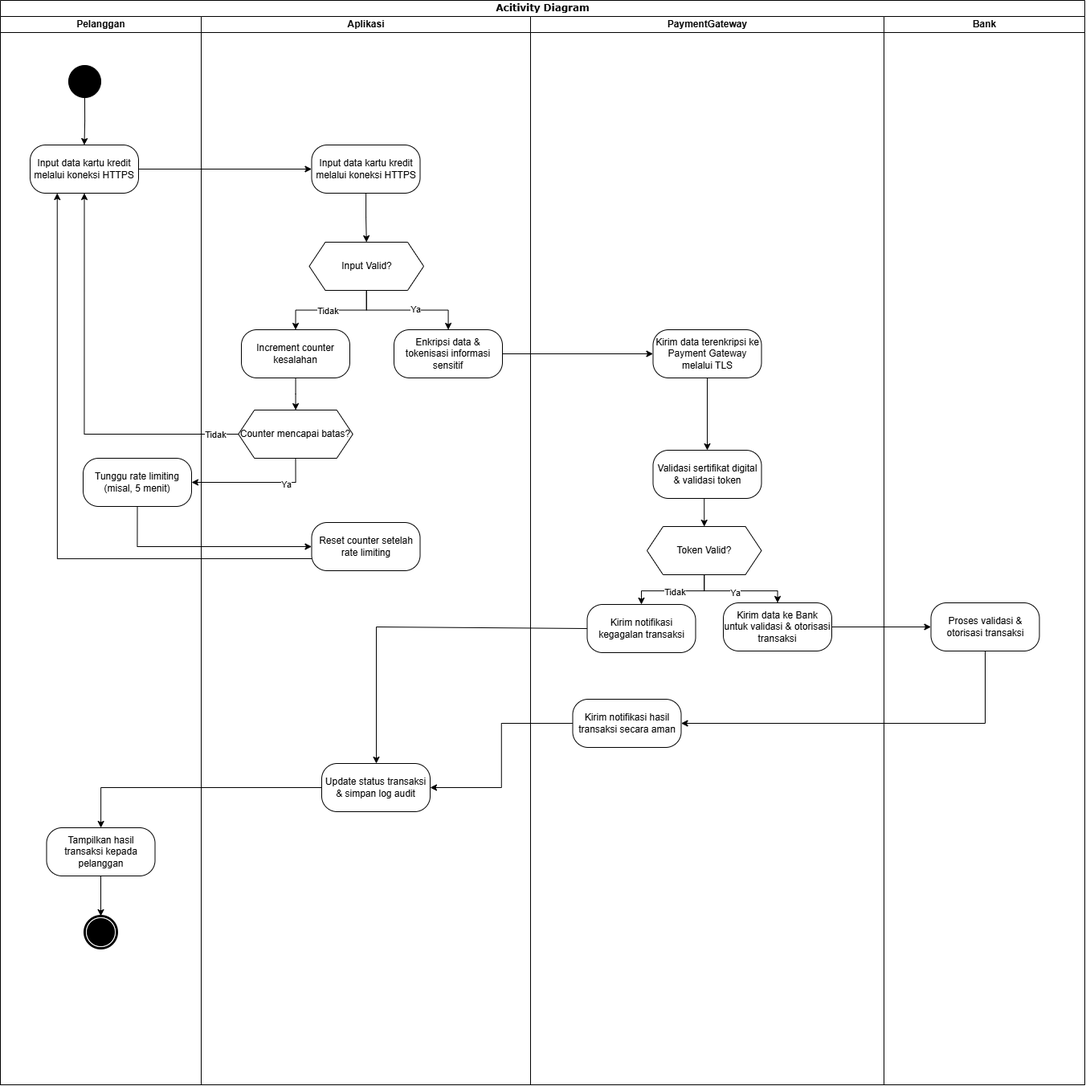
Earlier version of the draw.io export ad_wa3_drawio.png (anthef/anthef). Source tidied: cells renumbered, new cells last; positions are measured from the earlier drawing's top-left corner, leaving out a move shared by most shapes. The source it was exported from:
```xml
<mxGraphModel>
  <root>
    <mxCell id="0" />
    <mxCell id="1" parent="0" />
    <mxCell id="2" value="Acitivity Diagram" style="swimlane;html=1;startSize=20;rounded=0;shadow=0;comic=0;labelBackgroundColor=none;strokeWidth=1;fontFamily=Verdana;fontSize=12;align=center;" parent="1" vertex="1">
      <mxGeometry width="1350" height="1350" as="geometry" />
    </mxCell>
    <mxCell id="3" value="Pelanggan" style="swimlane;html=1;startSize=20;" parent="2" vertex="1">
      <mxGeometry y="20" width="250" height="1330" as="geometry" />
    </mxCell>
    <mxCell id="4" style="edgeStyle=orthogonalEdgeStyle;rounded=0;jettySize=auto;html=1;" parent="3" edge="1" source="5" target="6">
      <mxGeometry relative="1" as="geometry" />
    </mxCell>
    <mxCell id="5" style="ellipse;whiteSpace=wrap;html=1;rounded=0;shadow=0;comic=0;labelBackgroundColor=none;strokeWidth=1;fillColor=#000000;fontFamily=Verdana;fontSize=12;align=center;" parent="3" vertex="1">
      <mxGeometry x="85" y="61" width="40" height="40" as="geometry" />
    </mxCell>
    <mxCell id="6" value="Input data kartu kredit melalui koneksi HTTPS" style="rounded=1;whiteSpace=wrap;html=1;arcSize=32;" parent="3" vertex="1">
      <mxGeometry x="37" y="160" width="135" height="60" as="geometry" />
    </mxCell>
    <mxCell id="7" value="Tunggu rate limiting (misal, 5 menit)" style="rounded=1;whiteSpace=wrap;html=1;arcSize=32;" parent="3" vertex="1">
      <mxGeometry x="103" y="550" width="135" height="60" as="geometry" />
    </mxCell>
    <mxCell id="8" style="shape=mxgraph.bpmn.shape;html=1;verticalLabelPosition=bottom;labelBackgroundColor=#ffffff;verticalAlign=top;perimeter=ellipsePerimeter;outline=end;symbol=terminate;rounded=0;shadow=0;comic=0;strokeWidth=1;fontFamily=Verdana;fontSize=12;align=center;" parent="3" vertex="1">
      <mxGeometry x="105" y="1120" width="40" height="40" as="geometry" />
    </mxCell>
    <mxCell id="9" style="edgeStyle=orthogonalEdgeStyle;rounded=0;jettySize=auto;html=1;" parent="3" edge="1" source="10" target="8">
      <mxGeometry relative="1" as="geometry" />
    </mxCell>
    <mxCell id="10" value="Tampilkan hasil transaksi kepada pelanggan" style="rounded=1;whiteSpace=wrap;html=1;arcSize=32;" parent="3" vertex="1">
      <mxGeometry x="57.5" y="1010" width="135" height="60" as="geometry" />
    </mxCell>
    <mxCell id="11" value="Aplikasi" style="swimlane;html=1;startSize=20;" parent="2" vertex="1">
      <mxGeometry x="250" y="20" width="410" height="1330" as="geometry" />
    </mxCell>
    <mxCell id="12" style="edgeStyle=orthogonalEdgeStyle;rounded=0;jettySize=auto;html=1;" parent="11" edge="1" source="13" target="18">
      <mxGeometry relative="1" as="geometry" />
    </mxCell>
    <mxCell id="13" value="Input data kartu kredit melalui koneksi HTTPS" style="rounded=1;whiteSpace=wrap;html=1;arcSize=32;" parent="11" vertex="1">
      <mxGeometry x="137.5" y="160" width="135" height="60" as="geometry" />
    </mxCell>
    <mxCell id="14" style="edgeStyle=orthogonalEdgeStyle;rounded=0;jettySize=auto;html=1;exitX=0.5;exitY=1;exitDx=0;exitDy=0;entryX=0.5;entryY=0;entryDx=0;entryDy=0;" parent="11" edge="1" source="18" target="21">
      <mxGeometry relative="1" as="geometry" />
    </mxCell>
    <mxCell id="15" value="Tidak" style="edgeLabel;html=1;align=center;verticalAlign=middle;" parent="14" vertex="1">
      <mxGeometry x="0.07" relative="1" as="geometry" />
    </mxCell>
    <mxCell id="16" style="edgeStyle=orthogonalEdgeStyle;rounded=0;jettySize=auto;html=1;exitX=0.5;exitY=1;exitDx=0;exitDy=0;" parent="11" edge="1" source="18" target="19">
      <mxGeometry relative="1" as="geometry" />
    </mxCell>
    <mxCell id="17" value="Ya" style="edgeLabel;html=1;align=center;verticalAlign=middle;" parent="16" vertex="1">
      <mxGeometry x="0.13" y="2" relative="1" as="geometry" />
    </mxCell>
    <mxCell id="18" value="Input Valid?" style="shape=hexagon;perimeter=hexagonPerimeter2;whiteSpace=wrap;html=1;fixedSize=1;" parent="11" vertex="1">
      <mxGeometry x="134.5" y="281" width="142.5" height="60" as="geometry" />
    </mxCell>
    <mxCell id="19" value="Enkripsi data &amp;amp; tokenisasi informasi sensitif" style="rounded=1;whiteSpace=wrap;html=1;arcSize=32;" parent="11" vertex="1">
      <mxGeometry x="240" y="390" width="135" height="60" as="geometry" />
    </mxCell>
    <mxCell id="20" style="edgeStyle=orthogonalEdgeStyle;rounded=0;jettySize=auto;html=1;" parent="11" edge="1" source="21" target="22">
      <mxGeometry relative="1" as="geometry" />
    </mxCell>
    <mxCell id="21" value="Increment counter kesalahan" style="rounded=1;whiteSpace=wrap;html=1;arcSize=32;" parent="11" vertex="1">
      <mxGeometry x="50" y="390" width="135" height="60" as="geometry" />
    </mxCell>
    <mxCell id="22" value="Counter mencapai batas?" style="shape=hexagon;perimeter=hexagonPerimeter2;whiteSpace=wrap;html=1;fixedSize=1;" parent="11" vertex="1">
      <mxGeometry x="46.2" y="490" width="142.5" height="60" as="geometry" />
    </mxCell>
    <mxCell id="23" value="Reset counter setelah rate limiting" style="rounded=1;whiteSpace=wrap;html=1;arcSize=32;" parent="11" vertex="1">
      <mxGeometry x="137.5" y="630" width="135" height="60" as="geometry" />
    </mxCell>
    <mxCell id="24" value="Update status transaksi &amp;amp; simpan log audit" style="rounded=1;whiteSpace=wrap;html=1;arcSize=32;" parent="11" vertex="1">
      <mxGeometry x="150" y="930" width="135" height="60" as="geometry" />
    </mxCell>
    <mxCell id="25" value="PaymentGateway" style="swimlane;html=1;startSize=20;" parent="2" vertex="1">
      <mxGeometry x="660" y="20" width="440" height="1330" as="geometry" />
    </mxCell>
    <mxCell id="26" style="edgeStyle=orthogonalEdgeStyle;rounded=0;jettySize=auto;html=1;" parent="25" edge="1" source="27" target="29">
      <mxGeometry relative="1" as="geometry" />
    </mxCell>
    <mxCell id="27" value="Kirim data terenkripsi ke Payment Gateway melalui TLS" style="rounded=1;whiteSpace=wrap;html=1;arcSize=32;" parent="25" vertex="1">
      <mxGeometry x="152.5" y="390" width="135" height="60" as="geometry" />
    </mxCell>
    <mxCell id="28" style="edgeStyle=orthogonalEdgeStyle;rounded=0;jettySize=auto;html=1;exitX=0.5;exitY=1;exitDx=0;exitDy=0;entryX=0.5;entryY=0;entryDx=0;entryDy=0;" parent="25" edge="1" source="29" target="36">
      <mxGeometry relative="1" as="geometry" />
    </mxCell>
    <mxCell id="29" value="Validasi sertifikat digital &amp;amp; validasi token" style="rounded=1;whiteSpace=wrap;html=1;arcSize=32;" parent="25" vertex="1">
      <mxGeometry x="152.5" y="540" width="135" height="60" as="geometry" />
    </mxCell>
    <mxCell id="30" value="Kirim data ke Bank untuk validasi &amp;amp; otorisasi transaksi" style="rounded=1;whiteSpace=wrap;html=1;arcSize=32;" parent="25" vertex="1">
      <mxGeometry x="240" y="730" width="135" height="60" as="geometry" />
    </mxCell>
    <mxCell id="31" value="Kirim notifikasi hasil transaksi secara aman" style="rounded=1;whiteSpace=wrap;html=1;arcSize=32;" parent="25" vertex="1">
      <mxGeometry x="52.5" y="850" width="135" height="60" as="geometry" />
    </mxCell>
    <mxCell id="32" style="edgeStyle=orthogonalEdgeStyle;rounded=0;jettySize=auto;html=1;entryX=0.5;entryY=0;entryDx=0;entryDy=0;" parent="25" edge="1" source="36" target="30">
      <mxGeometry relative="1" as="geometry" />
    </mxCell>
    <mxCell id="33" value="Ya" style="edgeLabel;html=1;align=center;verticalAlign=middle;" parent="32" vertex="1">
      <mxGeometry x="-0.1" y="-2" relative="1" as="geometry" />
    </mxCell>
    <mxCell id="34" style="edgeStyle=orthogonalEdgeStyle;rounded=0;jettySize=auto;html=1;exitX=0.5;exitY=1;exitDx=0;exitDy=0;entryX=0.5;entryY=0;entryDx=0;entryDy=0;" parent="25" edge="1" source="36" target="37">
      <mxGeometry relative="1" as="geometry" />
    </mxCell>
    <mxCell id="35" value="Tidak" style="edgeLabel;html=1;align=center;verticalAlign=middle;" parent="34" vertex="1">
      <mxGeometry y="1" relative="1" as="geometry" />
    </mxCell>
    <mxCell id="36" value="Token Valid?" style="shape=hexagon;perimeter=hexagonPerimeter2;whiteSpace=wrap;html=1;fixedSize=1;" parent="25" vertex="1">
      <mxGeometry x="145" y="635" width="142.5" height="60" as="geometry" />
    </mxCell>
    <mxCell id="37" value="Kirim notifikasi kegagalan transaksi" style="rounded=1;whiteSpace=wrap;html=1;arcSize=32;" parent="25" vertex="1">
      <mxGeometry x="70.5" y="732" width="135" height="60" as="geometry" />
    </mxCell>
    <mxCell id="38" style="edgeStyle=orthogonalEdgeStyle;rounded=0;jettySize=auto;html=1;" parent="2" edge="1" source="6" target="13">
      <mxGeometry relative="1" as="geometry" />
    </mxCell>
    <mxCell id="39" style="edgeStyle=orthogonalEdgeStyle;rounded=0;jettySize=auto;html=1;exitX=0;exitY=0.5;exitDx=0;exitDy=0;entryX=0.5;entryY=1;entryDx=0;entryDy=0;" parent="2" edge="1" source="22" target="6">
      <mxGeometry relative="1" as="geometry" />
    </mxCell>
    <mxCell id="40" value="Tidak" style="edgeLabel;html=1;align=center;verticalAlign=middle;" parent="39" vertex="1">
      <mxGeometry x="-0.89" relative="1" as="geometry" />
    </mxCell>
    <mxCell id="41" style="edgeStyle=orthogonalEdgeStyle;rounded=0;jettySize=auto;html=1;exitX=0.5;exitY=1;exitDx=0;exitDy=0;entryX=1;entryY=0.5;entryDx=0;entryDy=0;" parent="2" edge="1" source="22" target="7">
      <mxGeometry relative="1" as="geometry" />
    </mxCell>
    <mxCell id="42" value="Ya" style="edgeLabel;html=1;align=center;verticalAlign=middle;" parent="41" vertex="1">
      <mxGeometry x="-0.47" y="2" relative="1" as="geometry" />
    </mxCell>
    <mxCell id="43" style="edgeStyle=orthogonalEdgeStyle;rounded=0;jettySize=auto;html=1;exitX=0.5;exitY=1;exitDx=0;exitDy=0;entryX=0;entryY=0.5;entryDx=0;entryDy=0;" parent="2" edge="1" source="7" target="23">
      <mxGeometry relative="1" as="geometry" />
    </mxCell>
    <mxCell id="44" style="edgeStyle=orthogonalEdgeStyle;rounded=0;jettySize=auto;html=1;exitX=0;exitY=0.75;exitDx=0;exitDy=0;entryX=0.25;entryY=1;entryDx=0;entryDy=0;" parent="2" edge="1" source="23" target="6">
      <mxGeometry relative="1" as="geometry" />
    </mxCell>
    <mxCell id="45" style="edgeStyle=orthogonalEdgeStyle;rounded=0;jettySize=auto;html=1;" parent="2" edge="1" source="19" target="27">
      <mxGeometry relative="1" as="geometry" />
    </mxCell>
    <mxCell id="46" style="edgeStyle=orthogonalEdgeStyle;rounded=0;jettySize=auto;html=1;exitX=1;exitY=0.5;exitDx=0;exitDy=0;" parent="2" edge="1" source="30" target="48">
      <mxGeometry relative="1" as="geometry" />
    </mxCell>
    <mxCell id="47" value="Bank" style="swimlane;html=1;startSize=20;" parent="2" vertex="1">
      <mxGeometry x="1100" y="20" width="250" height="1330" as="geometry" />
    </mxCell>
    <mxCell id="48" value="Proses validasi &amp;amp; otorisasi transaksi" style="rounded=1;whiteSpace=wrap;html=1;arcSize=32;" parent="47" vertex="1">
      <mxGeometry x="58.5" y="730" width="135" height="60" as="geometry" />
    </mxCell>
    <mxCell id="49" style="edgeStyle=orthogonalEdgeStyle;rounded=0;jettySize=auto;html=1;exitX=0.5;exitY=1;exitDx=0;exitDy=0;entryX=1;entryY=0.5;entryDx=0;entryDy=0;" parent="2" edge="1" source="48" target="31">
      <mxGeometry relative="1" as="geometry" />
    </mxCell>
    <mxCell id="50" style="edgeStyle=orthogonalEdgeStyle;rounded=0;jettySize=auto;html=1;exitX=0;exitY=0.5;exitDx=0;exitDy=0;entryX=1;entryY=0.5;entryDx=0;entryDy=0;" parent="2" edge="1" source="31" target="24">
      <mxGeometry relative="1" as="geometry" />
    </mxCell>
    <mxCell id="51" style="edgeStyle=orthogonalEdgeStyle;rounded=0;jettySize=auto;html=1;exitX=0;exitY=0.5;exitDx=0;exitDy=0;" parent="2" edge="1" source="24" target="10">
      <mxGeometry relative="1" as="geometry" />
    </mxCell>
    <mxCell id="52" style="edgeStyle=orthogonalEdgeStyle;rounded=0;jettySize=auto;html=1;exitX=0;exitY=0.5;exitDx=0;exitDy=0;" parent="2" edge="1" source="37" target="24">
      <mxGeometry relative="1" as="geometry">
        <Array as="points">
          <mxPoint x="730" y="780" />
          <mxPoint x="468" y="780" />
        </Array>
      </mxGeometry>
    </mxCell>
  </root>
</mxGraphModel>
```
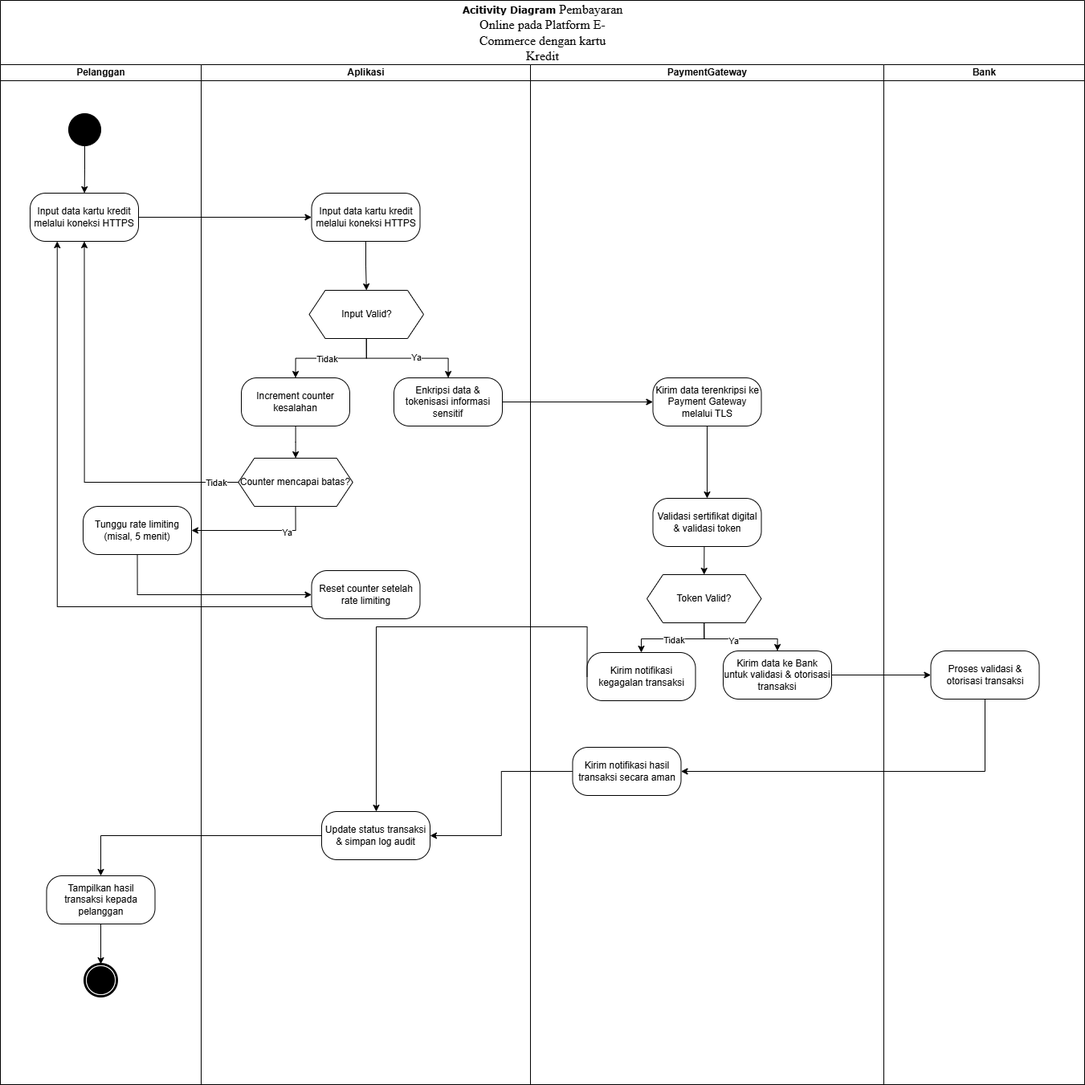
After the commit.

The edit, as a diff of the source:
```diff
@@ -2,11 +2,11 @@
   <root>
     <mxCell id="0" />
     <mxCell id="1" parent="0" />
-    <mxCell id="2" value="Acitivity Diagram" style="swimlane;html=1;startSize=20;rounded=0;shadow=0;comic=0;labelBackgroundColor=none;strokeWidth=1;fontFamily=Verdana;fontSize=12;align=center;" parent="1" vertex="1">
+    <mxCell id="2" value="Acitivity Diagram&amp;nbsp;&lt;span id=&quot;docs-internal-guid-66d53d96-7fff-3a14-7c69-2bbe14696dc8&quot; style=&quot;font-weight:normal;&quot;&gt;&lt;span style=&quot;font-size: 12pt; font-family: &amp;quot;Times New Roman&amp;quot;, serif; background-color: transparent; font-variant-numeric: normal; font-variant-east-asian: normal; font-variant-alternates: normal; font-variant-position: normal; font-variant-emoji: normal; vertical-align: baseline; white-space: pre-wrap;&quot;&gt;Pembayaran Online pada Platform E-Commerce dengan kartu Kredit&lt;/span&gt;&lt;/span&gt;" style="swimlane;html=1;startSize=80;rounded=0;shadow=0;comic=0;labelBackgroundColor=none;strokeWidth=1;fontFamily=Verdana;fontSize=12;align=center;" parent="1" vertex="1">
       <mxGeometry width="1350" height="1350" as="geometry" />
     </mxCell>
     <mxCell id="3" value="Pelanggan" style="swimlane;html=1;startSize=20;" parent="2" vertex="1">
-      <mxGeometry y="20" width="250" height="1330" as="geometry" />
+      <mxGeometry y="80" width="250" height="1270" as="geometry" />
     </mxCell>
     <mxCell id="4" style="edgeStyle=orthogonalEdgeStyle;rounded=0;jettySize=auto;html=1;" parent="3" edge="1" source="5" target="6">
       <mxGeometry relative="1" as="geometry" />
@@ -30,7 +30,7 @@
       <mxGeometry x="57.5" y="1010" width="135" height="60" as="geometry" />
     </mxCell>
     <mxCell id="11" value="Aplikasi" style="swimlane;html=1;startSize=20;" parent="2" vertex="1">
-      <mxGeometry x="250" y="20" width="410" height="1330" as="geometry" />
+      <mxGeometry x="250" y="80" width="410" height="1270" as="geometry" />
     </mxCell>
     <mxCell id="12" style="edgeStyle=orthogonalEdgeStyle;rounded=0;jettySize=auto;html=1;" parent="11" edge="1" source="13" target="18">
       <mxGeometry relative="1" as="geometry" />
@@ -72,7 +72,7 @@
       <mxGeometry x="150" y="930" width="135" height="60" as="geometry" />
     </mxCell>
     <mxCell id="25" value="PaymentGateway" style="swimlane;html=1;startSize=20;" parent="2" vertex="1">
-      <mxGeometry x="660" y="20" width="440" height="1330" as="geometry" />
+      <mxGeometry x="660" y="80" width="440" height="1270" as="geometry" />
     </mxCell>
     <mxCell id="26" style="edgeStyle=orthogonalEdgeStyle;rounded=0;jettySize=auto;html=1;" parent="25" edge="1" source="27" target="29">
       <mxGeometry relative="1" as="geometry" />
@@ -138,7 +138,7 @@
       <mxGeometry relative="1" as="geometry" />
     </mxCell>
     <mxCell id="47" value="Bank" style="swimlane;html=1;startSize=20;" parent="2" vertex="1">
-      <mxGeometry x="1100" y="20" width="250" height="1330" as="geometry" />
+      <mxGeometry x="1100" y="80" width="250" height="1270" as="geometry" />
     </mxCell>
     <mxCell id="48" value="Proses validasi &amp;amp; otorisasi transaksi" style="rounded=1;whiteSpace=wrap;html=1;arcSize=32;" parent="47" vertex="1">
       <mxGeometry x="58.5" y="730" width="135" height="60" as="geometry" />
```
